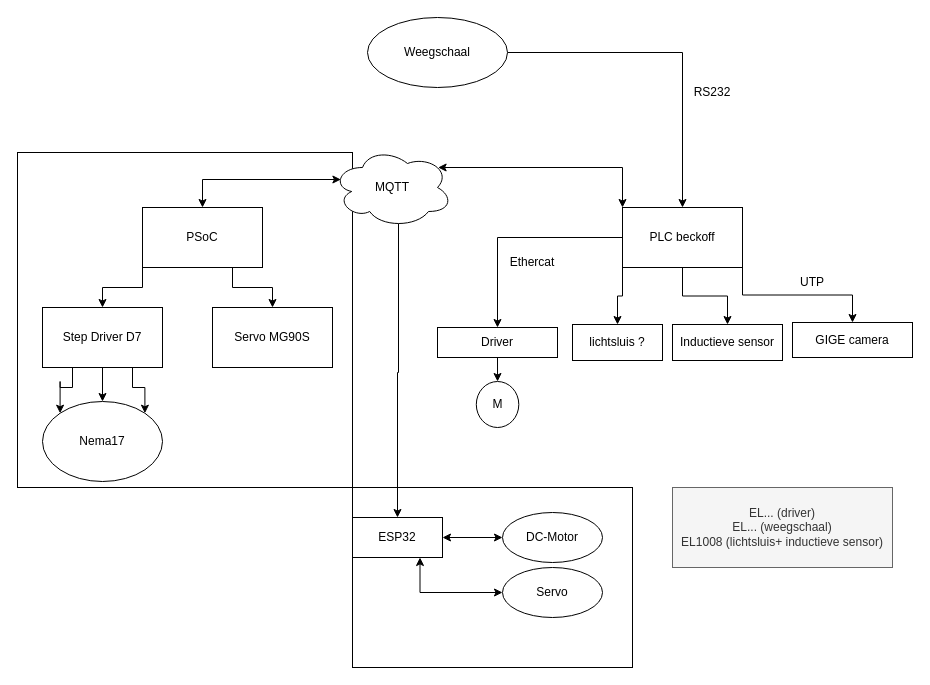
The draw.io diagram docs/Hardware_Diagram.drawio.xml in BowenS123/2EAI-PEN-2526-Industry4, before the edit. Source tidied: cells renumbered, new cells numbered last; positions are measured from the earlier drawing's top-left corner, leaving out a move shared by most shapes. Both pictures are drawn from the tidied source at 100%, with x=0, y=0 at pixel (17, 17).
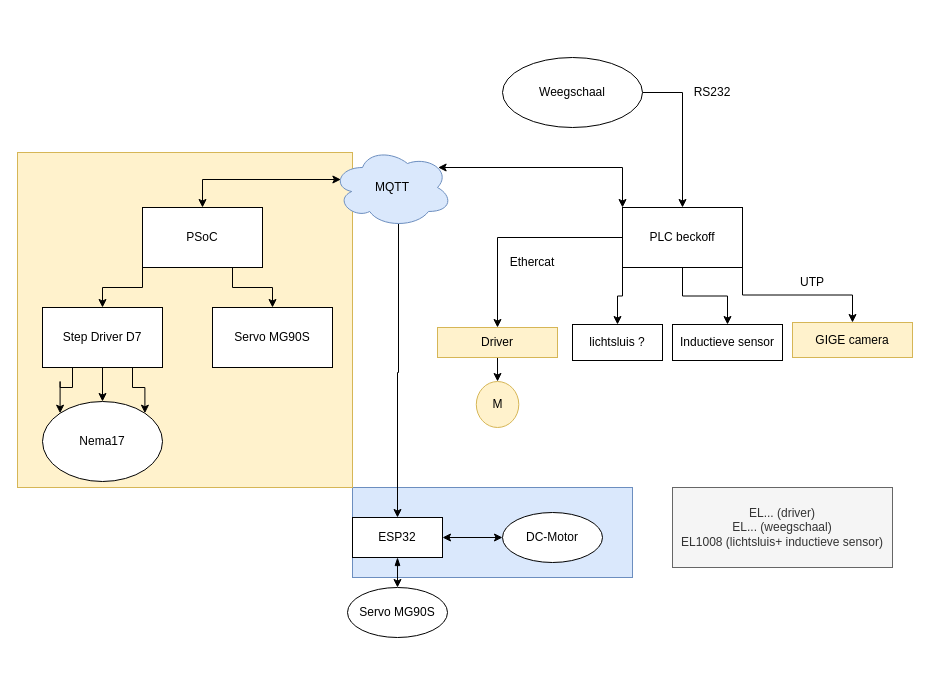
After the change.

The change refers to these unchanged cells:
```xml
<mxCell id="26" value="Step Driver D7" style="rounded=0;whiteSpace=wrap;html=1;" parent="1" vertex="1">
  <mxGeometry x="25" y="290" width="120" height="60" as="geometry" />
</mxCell>
<mxCell id="28" value="Nema17" style="ellipse;whiteSpace=wrap;html=1;" parent="1" vertex="1">
  <mxGeometry x="25" y="384" width="120" height="80" as="geometry" />
</mxCell>
<mxCell id="35" value="ESP32" style="rounded=0;whiteSpace=wrap;html=1;" parent="1" vertex="1">
  <mxGeometry x="335" y="500" width="90" height="40" as="geometry" />
</mxCell>
```

Change to the diagram source:
```diff
@@
-    <mxCell id="2" style="rounded=0;whiteSpace=wrap;html=1;" parent="1" vertex="1">
-      <mxGeometry x="335" y="470" width="280" height="180" as="geometry" />
-    </mxCell>
-    <mxCell id="3" style="whiteSpace=wrap;html=1;" parent="1" vertex="1">
-      <mxGeometry y="135" width="335" height="335" as="geometry" />
-    </mxCell>
+    <mxCell id="39" style="rounded=0;whiteSpace=wrap;html=1;fillColor=#dae8fc;strokeColor=#6c8ebf;" parent="1" vertex="1">
+      <mxGeometry x="335" y="470" width="280" height="90" as="geometry" />
+    </mxCell>
+    <mxCell id="40" style="whiteSpace=wrap;html=1;fillColor=#fff2cc;strokeColor=#d6b656;" parent="1" vertex="1">
+      <mxGeometry y="135" width="335" height="335" as="geometry" />
+    </mxCell>
@@
     <mxCell id="5" value="Weegschaal" style="ellipse;whiteSpace=wrap;html=1;" parent="1" vertex="1">
-      <mxGeometry x="350" width="140" height="70" as="geometry" />
+      <mxGeometry x="485" y="40" width="140" height="70" as="geometry" />
     </mxCell>
@@
-    <mxCell id="8" value="MQTT" style="ellipse;shape=cloud;whiteSpace=wrap;html=1;" parent="1" vertex="1">
+    <mxCell id="8" value="MQTT" style="ellipse;shape=cloud;whiteSpace=wrap;html=1;fillColor=#dae8fc;strokeColor=#6c8ebf;" parent="1" vertex="1">
       <mxGeometry x="315" y="130" width="120" height="80" as="geometry" />
     </mxCell>
@@
-    <mxCell id="17" value="GIGE camera" style="rounded=0;whiteSpace=wrap;html=1;" parent="1" vertex="1">
+    <mxCell id="17" value="GIGE camera" style="rounded=0;whiteSpace=wrap;html=1;fillColor=#fff2cc;strokeColor=#d6b656;" parent="1" vertex="1">
       <mxGeometry x="775" y="305" width="120" height="35" as="geometry" />
     </mxCell>
@@
-    <mxCell id="20" value="Driver" style="rounded=0;whiteSpace=wrap;html=1;" parent="1" vertex="1">
+    <mxCell id="20" value="Driver" style="rounded=0;whiteSpace=wrap;html=1;fillColor=#fff2cc;strokeColor=#d6b656;" parent="1" vertex="1">
       <mxGeometry x="420" y="310" width="120" height="30" as="geometry" />
     </mxCell>
@@
-    <mxCell id="23" style="edgeStyle=orthogonalEdgeStyle;rounded=0;jettySize=auto;html=1;exitX=0.5;exitY=1;exitDx=0;exitDy=0;entryX=0.5;entryY=0;entryDx=0;entryDy=0;" parent="1" edge="1" source="26" target="28">
-      <mxGeometry relative="1" as="geometry" />
-    </mxCell>
-    <mxCell id="24" style="edgeStyle=orthogonalEdgeStyle;rounded=0;jettySize=auto;html=1;exitX=0.25;exitY=1;exitDx=0;exitDy=0;entryX=0;entryY=0;entryDx=0;entryDy=0;" parent="1" edge="1" source="26" target="28">
-      <mxGeometry relative="1" as="geometry" />
-    </mxCell>
-    <mxCell id="25" style="edgeStyle=orthogonalEdgeStyle;rounded=0;jettySize=auto;html=1;exitX=0.75;exitY=1;exitDx=0;exitDy=0;entryX=1;entryY=0;entryDx=0;entryDy=0;" parent="1" edge="1" source="26" target="28">
-      <mxGeometry relative="1" as="geometry" />
-    </mxCell>
+    <mxCell id="41" style="edgeStyle=orthogonalEdgeStyle;rounded=0;jettySize=auto;html=1;exitX=0.5;exitY=1;exitDx=0;exitDy=0;entryX=0.5;entryY=0;entryDx=0;entryDy=0;" parent="1" edge="1" source="26" target="28">
+      <mxGeometry relative="1" as="geometry" />
+    </mxCell>
+    <mxCell id="42" style="edgeStyle=orthogonalEdgeStyle;rounded=0;jettySize=auto;html=1;exitX=0.25;exitY=1;exitDx=0;exitDy=0;entryX=0;entryY=0;entryDx=0;entryDy=0;" parent="1" edge="1" source="26" target="28">
+      <mxGeometry relative="1" as="geometry" />
+    </mxCell>
+    <mxCell id="43" style="edgeStyle=orthogonalEdgeStyle;rounded=0;jettySize=auto;html=1;exitX=0.75;exitY=1;exitDx=0;exitDy=0;entryX=1;entryY=0;entryDx=0;entryDy=0;" parent="1" edge="1" source="26" target="28">
+      <mxGeometry relative="1" as="geometry" />
+    </mxCell>
@@
-    <mxCell id="31" value="M" style="ellipse;whiteSpace=wrap;html=1;" parent="1" vertex="1">
+    <mxCell id="31" value="M" style="ellipse;whiteSpace=wrap;html=1;fillColor=#fff2cc;strokeColor=#d6b656;" parent="1" vertex="1">
       <mxGeometry x="458.8" y="364" width="42.5" height="46" as="geometry" />
     </mxCell>
@@
+    <mxCell id="44" style="edgeStyle=orthogonalEdgeStyle;rounded=0;jettySize=auto;html=1;exitX=0.5;exitY=1;exitDx=0;exitDy=0;entryX=0.5;entryY=0;entryDx=0;entryDy=0;startArrow=blockThin;startFill=1;" parent="1" edge="1" source="35" target="45">
+      <mxGeometry relative="1" as="geometry" />
+    </mxCell>
@@
-    <mxCell id="37" style="edgeStyle=orthogonalEdgeStyle;rounded=0;jettySize=auto;html=1;exitX=0;exitY=0.5;exitDx=0;exitDy=0;entryX=0.75;entryY=1;entryDx=0;entryDy=0;startArrow=classic;startFill=1;" parent="1" edge="1" source="38" target="35">
-      <mxGeometry relative="1" as="geometry" />
-    </mxCell>
-    <mxCell id="38" value="Servo" style="ellipse;whiteSpace=wrap;html=1;" parent="1" vertex="1">
-      <mxGeometry x="485" y="550" width="100" height="50" as="geometry" />
-    </mxCell>
+    <mxCell id="45" value="Servo MG90S" style="ellipse;whiteSpace=wrap;html=1;" parent="1" vertex="1">
+      <mxGeometry x="330" y="570" width="100" height="50" as="geometry" />
+    </mxCell>
```
